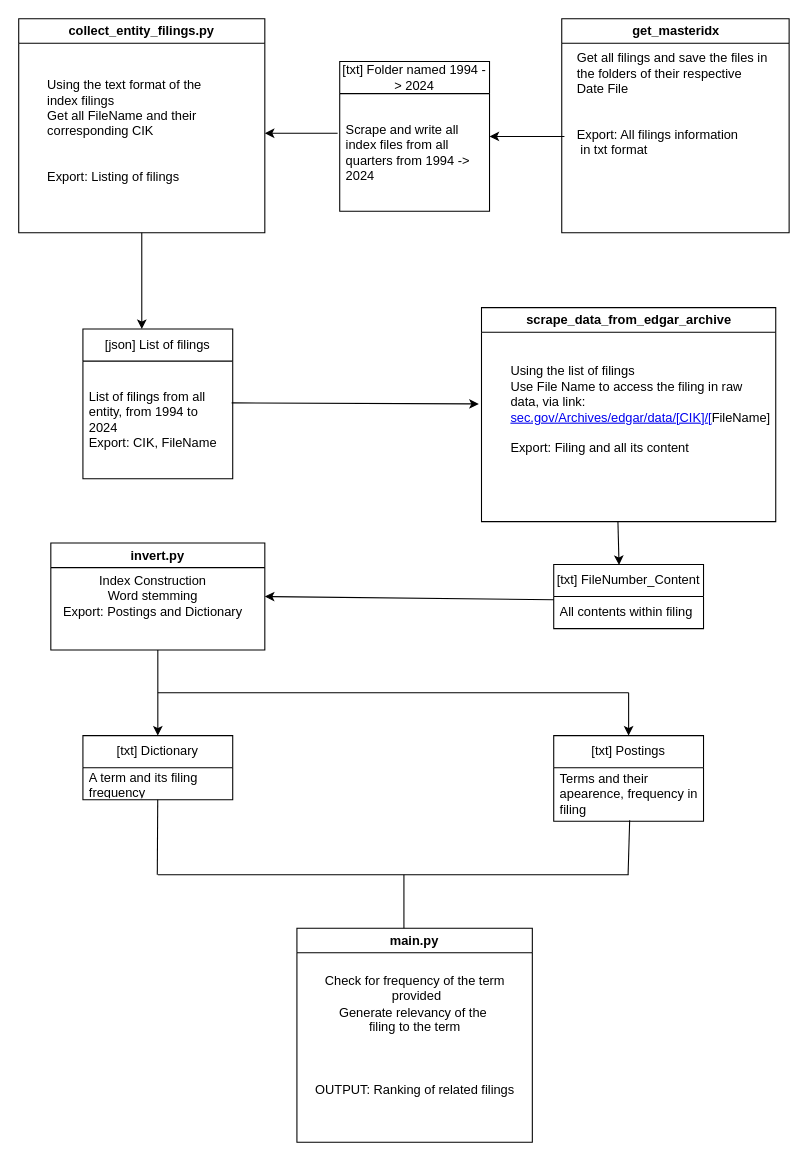
Before: page "Page-1" (1 of 2) of Untitled Diagram.drawio in LinhVarru/SEC-API-Search-Engine, a draw.io diagram. Source tidied: cells renumbered, new cells numbered last; positions are measured from the earlier drawing's top-left corner, leaving out a move shared by most shapes. Both pictures are drawn from the tidied source at 107%, with x=0, y=0 at pixel (18, 18).
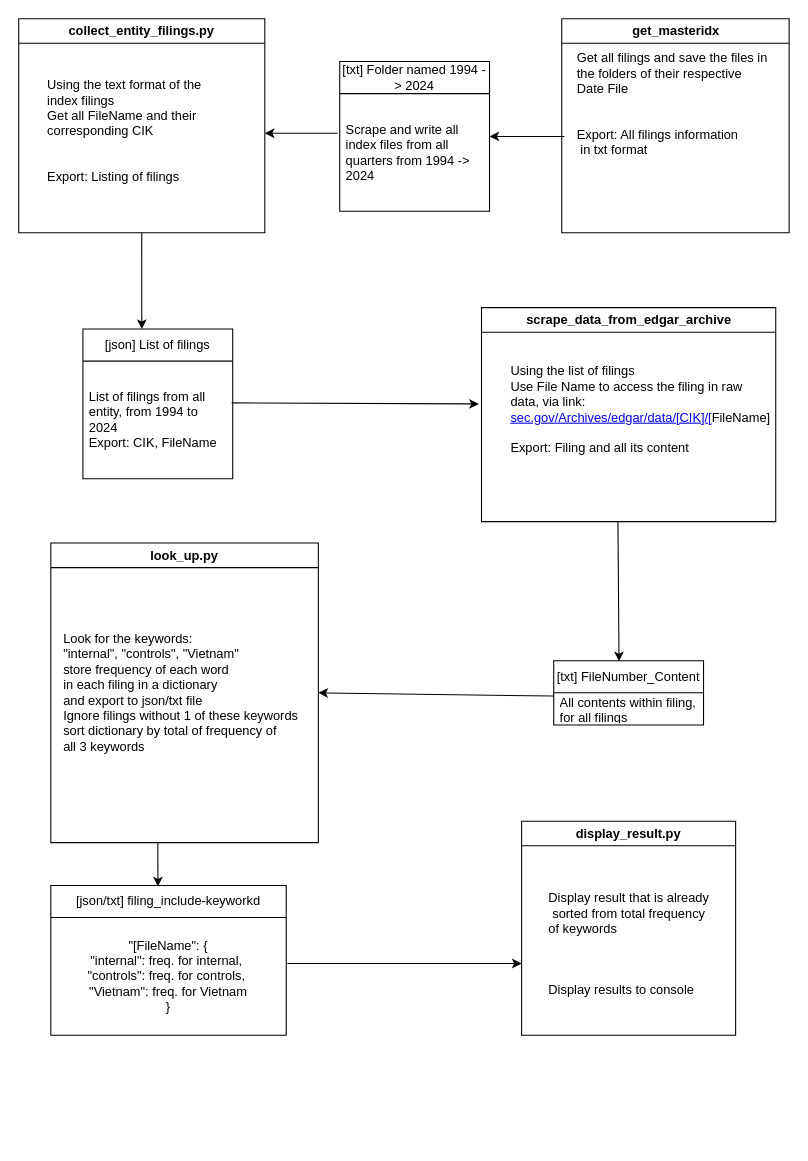
After the change.

What changed in the source:
```diff
@@
     <mxCell id="10" value="[txt] FileNumber_Content" style="swimlane;fontStyle=0;horizontal=1;startSize=30;whiteSpace=wrap;html=1;" parent="1" vertex="1">
-      <mxGeometry x="500" y="510" width="140" height="60" as="geometry" />
+      <mxGeometry x="500" y="600" width="140" height="60" as="geometry" />
     </mxCell>
@@
-    <mxCell id="12" value="All contents within filing" style="text;strokeColor=none;fillColor=none;align=left;verticalAlign=middle;spacingLeft=4;spacingRight=4;overflow=hidden;whiteSpace=wrap;html=1;" parent="10" vertex="1">
+    <mxCell id="12" value="All contents within filing, for all filings" style="text;strokeColor=none;fillColor=none;align=left;verticalAlign=middle;spacingLeft=4;spacingRight=4;overflow=hidden;whiteSpace=wrap;html=1;" parent="10" vertex="1">
       <mxGeometry y="30" width="140" height="30" as="geometry" />
     </mxCell>
-    <mxCell id="13" value="invert.py" style="swimlane;whiteSpace=wrap;html=1;" parent="1" vertex="1">
-      <mxGeometry x="30" y="490" width="200" height="100" as="geometry" />
+    <mxCell id="13" value="look_up.py" style="swimlane;whiteSpace=wrap;html=1;" parent="1" vertex="1">
+      <mxGeometry x="30" y="490" width="250" height="280" as="geometry" />
     </mxCell>
-    <mxCell id="14" value="Index Construction&lt;div&gt;Word stemming&lt;br&gt;&lt;div&gt;Export: Postings and Dictionary&lt;/div&gt;&lt;/div&gt;" style="text;html=1;align=center;verticalAlign=middle;strokeColor=none;fillColor=none;" parent="13" vertex="1">
-      <mxGeometry y="20" width="190" height="60" as="geometry" />
+    <mxCell id="14" value="Look for the keywords:&lt;div&gt;&quot;internal&quot;, &quot;controls&quot;, &quot;Vietnam&quot;&lt;/div&gt;&lt;div&gt;store frequency of each word&amp;nbsp;&lt;/div&gt;&lt;div style=&quot;&quot;&gt;in each filing in a dictionary&lt;/div&gt;&lt;div&gt;and export to json/txt file&lt;/div&gt;&lt;div&gt;Ignore filings without 1 of these keywords&lt;/div&gt;&lt;div&gt;sort dictionary by total of frequency of&lt;/div&gt;&lt;div&gt;all 3 keywords&lt;/div&gt;" style="text;html=1;align=left;verticalAlign=middle;strokeColor=none;fillColor=none;" parent="13" vertex="1">
+      <mxGeometry x="10" y="75" width="240" height="130" as="geometry" />
     </mxCell>
-    <mxCell id="15" style="endArrow=classic;html=1;rounded=0;exitX=0.5;exitY=1;exitDx=0;exitDy=0;" parent="1" edge="1" source="13">
-      <mxGeometry relative="1" as="geometry">
-        <mxPoint x="130" y="670" as="targetPoint" />
-      </mxGeometry>
-    </mxCell>
-    <mxCell id="16" value="[txt] Dictionary" style="swimlane;fontStyle=0;horizontal=1;startSize=30;whiteSpace=wrap;html=1;" parent="1" vertex="1">
-      <mxGeometry x="60" y="670" width="140" height="60" as="geometry" />
-    </mxCell>
-    <mxCell id="17" value="A term and its filing frequency" style="text;strokeColor=none;fillColor=none;align=left;verticalAlign=middle;spacingLeft=4;spacingRight=4;overflow=hidden;points=[[0,0.5],[1,0.5]];portConstraint=eastwest;whiteSpace=wrap;html=1;" parent="16" vertex="1">
-      <mxGeometry y="30" width="140" height="30" as="geometry" />
-    </mxCell>
-    <mxCell id="18" value="[txt] Postings" style="swimlane;fontStyle=0;horizontal=1;startSize=30;whiteSpace=wrap;html=1;" parent="1" vertex="1">
-      <mxGeometry x="500" y="670" width="140" height="80" as="geometry" />
-    </mxCell>
-    <mxCell id="19" value="Terms and their apearence, frequency in filing" style="text;strokeColor=none;fillColor=none;align=left;verticalAlign=middle;spacingLeft=4;spacingRight=4;overflow=hidden;points=[[0,0.5],[1,0.5]];portConstraint=eastwest;whiteSpace=wrap;html=1;" parent="18" vertex="1">
-      <mxGeometry y="30" width="140" height="50" as="geometry" />
-    </mxCell>
-    <mxCell id="20" style="endArrow=none;html=1;rounded=0;entryX=0.507;entryY=0.98;entryDx=0;entryDy=0;entryPerimeter=0;" parent="18" edge="1" target="19">
-      <mxGeometry relative="1" as="geometry">
-        <mxPoint x="69.5" y="130" as="sourcePoint" />
-      </mxGeometry>
-    </mxCell>
-    <mxCell id="21" style="endArrow=none;html=1;rounded=0;" parent="1" edge="1">
-      <mxGeometry relative="1" as="geometry">
-        <mxPoint x="130" y="630" as="sourcePoint" />
-        <mxPoint x="570" y="630" as="targetPoint" />
-      </mxGeometry>
-    </mxCell>
-    <mxCell id="22" style="endArrow=classic;html=1;rounded=0;entryX=0.5;entryY=0;entryDx=0;entryDy=0;" parent="1" edge="1" target="18">
-      <mxGeometry relative="1" as="geometry">
-        <mxPoint x="570" y="630" as="sourcePoint" />
-      </mxGeometry>
-    </mxCell>
-    <mxCell id="23" style="endArrow=none;html=1;rounded=0;" parent="1" edge="1" target="17">
-      <mxGeometry relative="1" as="geometry">
-        <mxPoint x="129.5" y="800" as="sourcePoint" />
-      </mxGeometry>
-    </mxCell>
-    <mxCell id="24" style="endArrow=none;html=1;rounded=0;" parent="1" edge="1">
-      <mxGeometry relative="1" as="geometry">
-        <mxPoint x="570" y="800" as="sourcePoint" />
-        <mxPoint x="130" y="800" as="targetPoint" />
-      </mxGeometry>
-    </mxCell>
-    <mxCell id="25" style="endArrow=classic;html=1;rounded=0;" parent="1" edge="1">
-      <mxGeometry relative="1" as="geometry">
-        <mxPoint x="360" y="800" as="sourcePoint" />
-        <mxPoint x="360" y="860" as="targetPoint" />
-      </mxGeometry>
-    </mxCell>
-    <mxCell id="26" value="main.py" style="swimlane;whiteSpace=wrap;html=1;" parent="1" vertex="1">
-      <mxGeometry x="260" y="850" width="220" height="200" as="geometry" />
-    </mxCell>
-    <mxCell id="27" value="Check for frequency of the term&lt;div&gt;&amp;nbsp;provided&lt;div&gt;Generate relevancy of the&amp;nbsp;&lt;/div&gt;&lt;div&gt;filing to the term&lt;/div&gt;&lt;/div&gt;&lt;div&gt;&lt;br&gt;&lt;/div&gt;&lt;div&gt;&lt;br&gt;&lt;/div&gt;&lt;div&gt;&lt;br&gt;&lt;/div&gt;&lt;div&gt;OUTPUT: Ranking of related filings&lt;/div&gt;" style="text;html=1;align=center;verticalAlign=middle;strokeColor=none;fillColor=none;" parent="26" vertex="1">
-      <mxGeometry x="5" y="35" width="210" height="130" as="geometry" />
-    </mxCell>
@@
+    <mxCell id="35" value="[json/txt] filing_include-keyworkd" style="swimlane;fontStyle=0;horizontal=1;startSize=30;whiteSpace=wrap;html=1;align=center;" parent="1" vertex="1">
+      <mxGeometry x="30" y="810" width="220" height="140" as="geometry" />
+    </mxCell>
+    <mxCell id="36" value="&lt;span style=&quot;text-wrap: nowrap;&quot;&gt;&quot;[FileName&quot;: {&lt;/span&gt;&lt;div&gt;&lt;span style=&quot;text-wrap: nowrap;&quot;&gt;&quot;internal&quot;: freq. for internal,&amp;nbsp;&lt;/span&gt;&lt;div&gt;&lt;span style=&quot;text-wrap: nowrap;&quot;&gt;&quot;controls&quot;: freq. for controls,&amp;nbsp;&lt;/span&gt;&lt;/div&gt;&lt;div&gt;&lt;span style=&quot;text-wrap: nowrap;&quot;&gt;&quot;Vietnam&quot;: freq. for Vietnam&lt;/span&gt;&lt;/div&gt;&lt;div&gt;&lt;span style=&quot;text-wrap: nowrap;&quot;&gt;}&lt;/span&gt;&lt;/div&gt;&lt;/div&gt;" style="text;strokeColor=none;fillColor=none;align=center;verticalAlign=middle;spacingLeft=4;spacingRight=4;overflow=hidden;points=[[0,0.5],[1,0.5]];portConstraint=eastwest;whiteSpace=wrap;html=1;" parent="35" vertex="1">
+      <mxGeometry y="30" width="220" height="110" as="geometry" />
+    </mxCell>
+    <mxCell id="37" style="endArrow=classic;html=1;rounded=0;entryX=0.455;entryY=0.007;entryDx=0;entryDy=0;entryPerimeter=0;" parent="1" edge="1" target="35">
+      <mxGeometry relative="1" as="geometry">
+        <mxPoint x="130" y="770" as="sourcePoint" />
+      </mxGeometry>
+    </mxCell>
+    <mxCell id="38" value="display_result.py" style="swimlane;whiteSpace=wrap;html=1;" parent="1" vertex="1">
+      <mxGeometry x="470" y="750" width="200" height="200" as="geometry" />
+    </mxCell>
+    <mxCell id="39" value="Display result that is already&lt;div&gt;sorted from total frequency&lt;/div&gt;&lt;div style=&quot;text-align: left;&quot;&gt;of keywords&lt;/div&gt;&lt;div style=&quot;text-align: left;&quot;&gt;&lt;br&gt;&lt;/div&gt;&lt;div style=&quot;text-align: left;&quot;&gt;&lt;br&gt;&lt;/div&gt;&lt;div style=&quot;text-align: left;&quot;&gt;&lt;br&gt;&lt;/div&gt;&lt;div style=&quot;text-align: left;&quot;&gt;Display results to console&lt;/div&gt;" style="text;html=1;align=center;verticalAlign=middle;strokeColor=none;fillColor=none;" parent="38" vertex="1">
+      <mxGeometry x="15" y="60" width="170" height="110" as="geometry" />
+    </mxCell>
+    <mxCell id="40" style="endArrow=classic;html=1;rounded=0;exitX=1.005;exitY=0.391;exitDx=0;exitDy=0;exitPerimeter=0;" parent="1" edge="1" source="36">
+      <mxGeometry relative="1" as="geometry">
+        <mxPoint x="470" y="883" as="targetPoint" />
+      </mxGeometry>
+    </mxCell>
```
